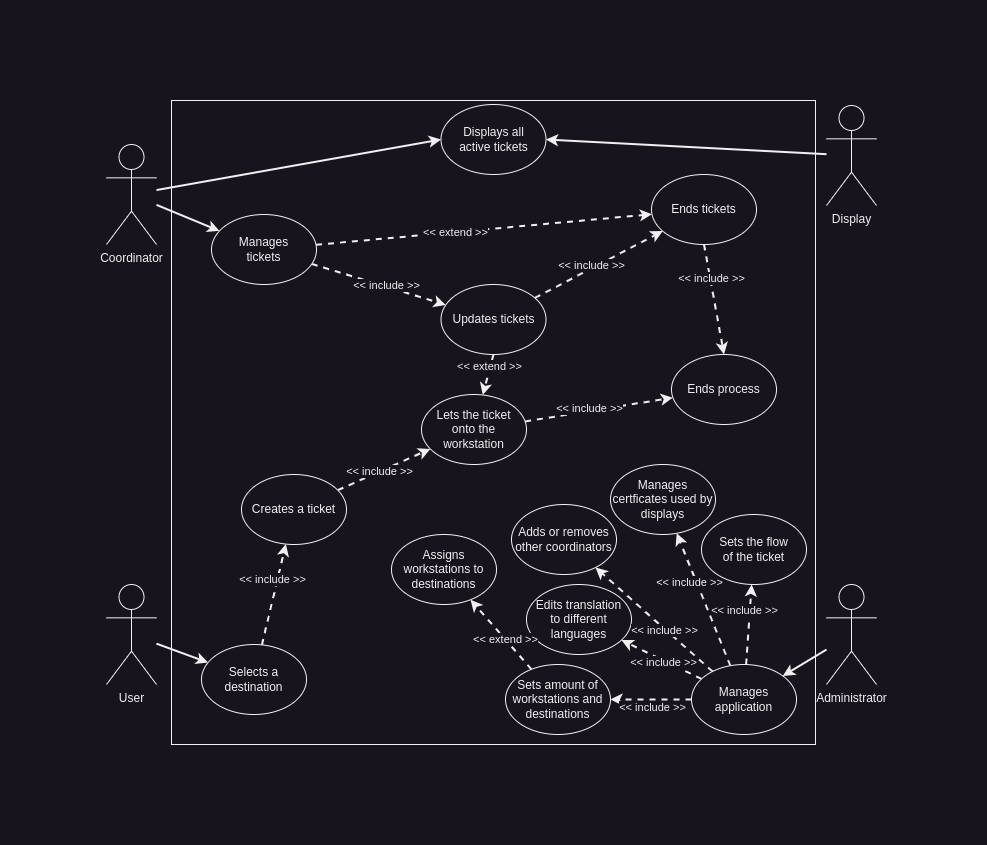
Earlier version of the draw.io export documentation/use cases.png (Kennene/pipeq). Source tidied: cells renumbered, new cells last; positions are measured from the earlier drawing's top-left corner, leaving out a move shared by most shapes. The source it was exported from:
```xml
<mxGraphModel>
  <root>
    <mxCell id="0" />
    <mxCell id="1" parent="0" />
    <mxCell id="2" style="whiteSpace=wrap;html=1;" parent="1" vertex="1">
      <mxGeometry x="65" width="644" height="644" as="geometry" />
    </mxCell>
    <mxCell id="3" style="edgeStyle=none;shape=connector;rounded=0;jettySize=auto;html=1;entryX=0;entryY=0.5;entryDx=0;entryDy=0;strokeColor=default;strokeWidth=2;align=center;verticalAlign=middle;fontFamily=Helvetica;fontSize=11;fontColor=default;labelBackgroundColor=default;endArrow=classic;endFill=1;" parent="1" edge="1" source="5" target="16">
      <mxGeometry relative="1" as="geometry" />
    </mxCell>
    <mxCell id="4" style="edgeStyle=none;shape=connector;rounded=0;jettySize=auto;html=1;strokeColor=default;strokeWidth=2;align=center;verticalAlign=middle;fontFamily=Helvetica;fontSize=11;fontColor=default;labelBackgroundColor=default;endArrow=classic;endFill=1;" parent="1" edge="1" source="5" target="27">
      <mxGeometry relative="1" as="geometry" />
    </mxCell>
    <mxCell id="5" value="Coordinator" style="shape=umlActor;verticalLabelPosition=bottom;verticalAlign=top;html=1;outlineConnect=0;" parent="1" vertex="1">
      <mxGeometry y="44" width="50" height="100" as="geometry" />
    </mxCell>
    <mxCell id="6" value="Ends process" style="ellipse;whiteSpace=wrap;html=1;" parent="1" vertex="1">
      <mxGeometry x="565" y="254" width="105" height="70" as="geometry" />
    </mxCell>
    <mxCell id="7" style="edgeStyle=none;shape=connector;rounded=0;jettySize=auto;html=1;strokeColor=default;strokeWidth=2;align=center;verticalAlign=middle;fontFamily=Helvetica;fontSize=11;fontColor=default;labelBackgroundColor=default;endArrow=classic;endFill=1;" parent="1" edge="1" source="8" target="15">
      <mxGeometry relative="1" as="geometry" />
    </mxCell>
    <mxCell id="8" value="User" style="shape=umlActor;verticalLabelPosition=bottom;verticalAlign=top;html=1;outlineConnect=0;" parent="1" vertex="1">
      <mxGeometry y="484" width="50" height="100" as="geometry" />
    </mxCell>
    <mxCell id="9" style="rounded=0;jettySize=auto;html=1;entryX=1;entryY=0.5;entryDx=0;entryDy=0;strokeColor=default;strokeWidth=2;endArrow=classic;endFill=1;" parent="1" edge="1" source="10" target="16">
      <mxGeometry relative="1" as="geometry" />
    </mxCell>
    <mxCell id="10" value="Display" style="shape=umlActor;verticalLabelPosition=bottom;verticalAlign=top;html=1;outlineConnect=0;" parent="1" vertex="1">
      <mxGeometry x="720" y="5" width="50" height="100" as="geometry" />
    </mxCell>
    <mxCell id="11" style="edgeStyle=none;shape=connector;rounded=0;jettySize=auto;html=1;strokeColor=default;strokeWidth=2;align=center;verticalAlign=middle;fontFamily=Helvetica;fontSize=11;fontColor=default;labelBackgroundColor=default;endArrow=classic;endFill=1;" parent="1" edge="1" source="12" target="47">
      <mxGeometry relative="1" as="geometry" />
    </mxCell>
    <mxCell id="12" value="Administrator" style="shape=umlActor;verticalLabelPosition=bottom;verticalAlign=top;html=1;outlineConnect=0;" parent="1" vertex="1">
      <mxGeometry x="720" y="484" width="50" height="100" as="geometry" />
    </mxCell>
    <mxCell id="13" style="edgeStyle=none;shape=connector;rounded=0;jettySize=auto;html=1;strokeColor=default;strokeWidth=2;align=center;verticalAlign=middle;fontFamily=Helvetica;fontSize=11;fontColor=default;labelBackgroundColor=default;endArrow=classic;endFill=1;dashed=1;" parent="1" edge="1" source="15" target="22">
      <mxGeometry relative="1" as="geometry" />
    </mxCell>
    <mxCell id="14" value="&amp;lt;&amp;lt; include &amp;gt;&amp;gt;" style="edgeLabel;html=1;align=center;verticalAlign=middle;fontFamily=Helvetica;fontSize=11;fontColor=default;labelBackgroundColor=default;" parent="13" vertex="1">
      <mxGeometry x="0.56" y="1" relative="1" as="geometry">
        <mxPoint x="-8" y="13" as="offset" />
      </mxGeometry>
    </mxCell>
    <mxCell id="15" value="Selects a destination" style="ellipse;whiteSpace=wrap;html=1;" parent="1" vertex="1">
      <mxGeometry x="95" y="544" width="105" height="70" as="geometry" />
    </mxCell>
    <mxCell id="16" value="Displays all&lt;div&gt;active tickets&lt;/div&gt;" style="ellipse;whiteSpace=wrap;html=1;" parent="1" vertex="1">
      <mxGeometry x="334.5" y="4" width="105" height="70" as="geometry" />
    </mxCell>
    <mxCell id="17" style="edgeStyle=none;shape=connector;rounded=0;jettySize=auto;html=1;strokeColor=default;strokeWidth=2;align=center;verticalAlign=middle;fontFamily=Helvetica;fontSize=11;fontColor=default;labelBackgroundColor=default;endArrow=classic;endFill=1;dashed=1;" parent="1" edge="1" source="19" target="6">
      <mxGeometry relative="1" as="geometry" />
    </mxCell>
    <mxCell id="18" value="&amp;lt;&amp;lt; include &amp;gt;&amp;gt;" style="edgeLabel;html=1;align=center;verticalAlign=middle;fontFamily=Helvetica;fontSize=11;fontColor=default;labelBackgroundColor=default;" parent="17" vertex="1">
      <mxGeometry x="-0.12" y="3" relative="1" as="geometry">
        <mxPoint x="-1" as="offset" />
      </mxGeometry>
    </mxCell>
    <mxCell id="19" value="Lets the ticket&lt;div&gt;onto the workstation&lt;/div&gt;" style="ellipse;whiteSpace=wrap;html=1;" parent="1" vertex="1">
      <mxGeometry x="315" y="294" width="105" height="70" as="geometry" />
    </mxCell>
    <mxCell id="20" style="edgeStyle=none;shape=connector;rounded=0;jettySize=auto;html=1;strokeColor=default;strokeWidth=2;align=center;verticalAlign=middle;fontFamily=Helvetica;fontSize=11;fontColor=default;labelBackgroundColor=default;endArrow=classic;endFill=1;dashed=1;" parent="1" edge="1" source="22" target="19">
      <mxGeometry relative="1" as="geometry" />
    </mxCell>
    <mxCell id="21" value="&amp;lt;&amp;lt; include &amp;gt;&amp;gt;" style="edgeLabel;html=1;align=center;verticalAlign=middle;fontFamily=Helvetica;fontSize=11;fontColor=default;labelBackgroundColor=default;" parent="20" vertex="1">
      <mxGeometry x="-0.09" y="1" relative="1" as="geometry" />
    </mxCell>
    <mxCell id="22" value="Creates a ticket" style="ellipse;whiteSpace=wrap;html=1;" parent="1" vertex="1">
      <mxGeometry x="135" y="374" width="105" height="70" as="geometry" />
    </mxCell>
    <mxCell id="23" style="edgeStyle=none;shape=connector;rounded=0;jettySize=auto;html=1;strokeColor=default;strokeWidth=2;align=center;verticalAlign=middle;fontFamily=Helvetica;fontSize=11;fontColor=default;labelBackgroundColor=default;endArrow=classic;endFill=1;dashed=1;" parent="1" edge="1" source="27" target="30">
      <mxGeometry relative="1" as="geometry" />
    </mxCell>
    <mxCell id="24" value="&amp;lt;&amp;lt; extend &amp;gt;&amp;gt;" style="edgeLabel;html=1;align=center;verticalAlign=middle;fontFamily=Helvetica;fontSize=11;fontColor=default;labelBackgroundColor=default;" parent="23" vertex="1">
      <mxGeometry x="-0.39" relative="1" as="geometry">
        <mxPoint x="35" y="-3" as="offset" />
      </mxGeometry>
    </mxCell>
    <mxCell id="25" style="edgeStyle=none;shape=connector;rounded=0;jettySize=auto;html=1;strokeColor=default;strokeWidth=2;align=center;verticalAlign=middle;fontFamily=Helvetica;fontSize=11;fontColor=default;labelBackgroundColor=default;endArrow=classic;endFill=1;dashed=1;" parent="1" edge="1" source="27" target="35">
      <mxGeometry relative="1" as="geometry" />
    </mxCell>
    <mxCell id="26" value="&amp;lt;&amp;lt; include &amp;gt;&amp;gt;" style="edgeLabel;html=1;align=center;verticalAlign=middle;fontFamily=Helvetica;fontSize=11;fontColor=default;labelBackgroundColor=default;" parent="25" vertex="1">
      <mxGeometry x="0.1" y="2" relative="1" as="geometry" />
    </mxCell>
    <mxCell id="27" value="Manages&lt;div&gt;tickets&lt;/div&gt;" style="ellipse;whiteSpace=wrap;html=1;" parent="1" vertex="1">
      <mxGeometry x="105" y="114" width="105" height="70" as="geometry" />
    </mxCell>
    <mxCell id="28" style="edgeStyle=none;shape=connector;rounded=0;jettySize=auto;html=1;exitX=0.5;exitY=1;exitDx=0;exitDy=0;entryX=0.5;entryY=0;entryDx=0;entryDy=0;strokeColor=default;strokeWidth=2;align=center;verticalAlign=middle;fontFamily=Helvetica;fontSize=11;fontColor=default;labelBackgroundColor=default;endArrow=classic;endFill=1;dashed=1;" parent="1" edge="1" source="30" target="6">
      <mxGeometry relative="1" as="geometry" />
    </mxCell>
    <mxCell id="29" value="&amp;lt;&amp;lt; include &amp;gt;&amp;gt;" style="edgeLabel;html=1;align=center;verticalAlign=middle;fontFamily=Helvetica;fontSize=11;fontColor=default;labelBackgroundColor=default;" parent="28" vertex="1">
      <mxGeometry x="-0.39" relative="1" as="geometry">
        <mxPoint x="1" as="offset" />
      </mxGeometry>
    </mxCell>
    <mxCell id="30" value="Ends tickets" style="ellipse;whiteSpace=wrap;html=1;" parent="1" vertex="1">
      <mxGeometry x="545" y="74" width="105" height="70" as="geometry" />
    </mxCell>
    <mxCell id="31" style="edgeStyle=none;shape=connector;rounded=0;jettySize=auto;html=1;strokeColor=default;strokeWidth=2;align=center;verticalAlign=middle;fontFamily=Helvetica;fontSize=11;fontColor=default;labelBackgroundColor=default;endArrow=classic;endFill=1;dashed=1;" parent="1" edge="1" source="35" target="30">
      <mxGeometry relative="1" as="geometry" />
    </mxCell>
    <mxCell id="32" value="&amp;lt;&amp;lt; include &amp;gt;&amp;gt;" style="edgeLabel;html=1;align=center;verticalAlign=middle;fontFamily=Helvetica;fontSize=11;fontColor=default;labelBackgroundColor=default;" parent="31" vertex="1">
      <mxGeometry x="-0.1" y="3" relative="1" as="geometry" />
    </mxCell>
    <mxCell id="33" style="edgeStyle=none;shape=connector;rounded=0;jettySize=auto;html=1;exitX=0.5;exitY=1;exitDx=0;exitDy=0;strokeColor=default;strokeWidth=2;align=center;verticalAlign=middle;fontFamily=Helvetica;fontSize=11;fontColor=default;labelBackgroundColor=default;endArrow=classic;endFill=1;dashed=1;" parent="1" edge="1" source="35" target="19">
      <mxGeometry relative="1" as="geometry" />
    </mxCell>
    <mxCell id="34" value="&amp;lt;&amp;lt; extend &amp;gt;&amp;gt;" style="edgeLabel;html=1;align=center;verticalAlign=middle;fontFamily=Helvetica;fontSize=11;fontColor=default;labelBackgroundColor=default;" parent="33" vertex="1">
      <mxGeometry x="-0.42" y="-1" relative="1" as="geometry" />
    </mxCell>
    <mxCell id="35" value="Updates tickets" style="ellipse;whiteSpace=wrap;html=1;" parent="1" vertex="1">
      <mxGeometry x="334.5" y="184" width="105" height="70" as="geometry" />
    </mxCell>
    <mxCell id="36" value="Edits translation&lt;div&gt;to different languages&lt;/div&gt;" style="ellipse;whiteSpace=wrap;html=1;" parent="1" vertex="1">
      <mxGeometry x="420" y="484" width="105" height="70" as="geometry" />
    </mxCell>
    <mxCell id="37" style="edgeStyle=none;shape=connector;rounded=0;jettySize=auto;html=1;strokeColor=default;strokeWidth=2;align=center;verticalAlign=middle;fontFamily=Helvetica;fontSize=11;fontColor=default;labelBackgroundColor=default;endArrow=classic;endFill=1;dashed=1;" parent="1" edge="1" source="47" target="51">
      <mxGeometry relative="1" as="geometry" />
    </mxCell>
    <mxCell id="38" value="&amp;lt;&amp;lt; include &amp;gt;&amp;gt;" style="edgeLabel;html=1;align=center;verticalAlign=middle;fontFamily=Helvetica;fontSize=11;fontColor=default;labelBackgroundColor=default;" parent="37" vertex="1">
      <mxGeometry x="0.02" y="-2" relative="1" as="geometry">
        <mxPoint x="1" y="9" as="offset" />
      </mxGeometry>
    </mxCell>
    <mxCell id="39" style="edgeStyle=none;shape=connector;rounded=0;jettySize=auto;html=1;strokeColor=default;strokeWidth=2;align=center;verticalAlign=middle;fontFamily=Helvetica;fontSize=11;fontColor=default;labelBackgroundColor=default;endArrow=classic;endFill=1;dashed=1;" parent="1" edge="1" source="47" target="36">
      <mxGeometry relative="1" as="geometry" />
    </mxCell>
    <mxCell id="40" value="&amp;lt;&amp;lt; include &amp;gt;&amp;gt;" style="edgeLabel;html=1;align=center;verticalAlign=middle;fontFamily=Helvetica;fontSize=11;fontColor=default;labelBackgroundColor=default;" parent="39" vertex="1">
      <mxGeometry x="0.11" y="1" relative="1" as="geometry">
        <mxPoint x="7" y="4" as="offset" />
      </mxGeometry>
    </mxCell>
    <mxCell id="41" style="edgeStyle=none;shape=connector;rounded=0;jettySize=auto;html=1;strokeColor=default;strokeWidth=2;align=center;verticalAlign=middle;fontFamily=Helvetica;fontSize=11;fontColor=default;labelBackgroundColor=default;endArrow=classic;endFill=1;dashed=1;" parent="1" edge="1" source="47" target="52">
      <mxGeometry relative="1" as="geometry" />
    </mxCell>
    <mxCell id="42" value="&amp;lt;&amp;lt; include &amp;gt;&amp;gt;" style="edgeLabel;html=1;align=center;verticalAlign=middle;fontFamily=Helvetica;fontSize=11;fontColor=default;labelBackgroundColor=default;" parent="41" vertex="1">
      <mxGeometry x="0.37" y="-1" relative="1" as="geometry">
        <mxPoint x="-7" as="offset" />
      </mxGeometry>
    </mxCell>
    <mxCell id="43" style="edgeStyle=none;shape=connector;rounded=0;jettySize=auto;html=1;strokeColor=default;strokeWidth=2;align=center;verticalAlign=middle;fontFamily=Helvetica;fontSize=11;fontColor=default;labelBackgroundColor=default;endArrow=classic;endFill=1;dashed=1;" parent="1" edge="1" source="47" target="53">
      <mxGeometry relative="1" as="geometry" />
    </mxCell>
    <mxCell id="44" value="&amp;lt;&amp;lt; include &amp;gt;&amp;gt;" style="edgeLabel;html=1;align=center;verticalAlign=middle;fontFamily=Helvetica;fontSize=11;fontColor=default;labelBackgroundColor=default;" parent="43" vertex="1">
      <mxGeometry x="-0.25" relative="1" as="geometry">
        <mxPoint x="-4" y="-2" as="offset" />
      </mxGeometry>
    </mxCell>
    <mxCell id="45" style="edgeStyle=none;shape=connector;rounded=0;jettySize=auto;html=1;strokeColor=default;strokeWidth=2;align=center;verticalAlign=middle;fontFamily=Helvetica;fontSize=11;fontColor=default;labelBackgroundColor=default;endArrow=classic;endFill=1;dashed=1;" parent="1" edge="1" source="47" target="54">
      <mxGeometry relative="1" as="geometry" />
    </mxCell>
    <mxCell id="46" value="&amp;lt;&amp;lt; include &amp;gt;&amp;gt;" style="edgeLabel;html=1;align=center;verticalAlign=middle;fontFamily=Helvetica;fontSize=11;fontColor=default;labelBackgroundColor=default;" parent="45" vertex="1">
      <mxGeometry x="0.52" y="-1" relative="1" as="geometry">
        <mxPoint x="-1" y="18" as="offset" />
      </mxGeometry>
    </mxCell>
    <mxCell id="47" value="Manages application" style="ellipse;whiteSpace=wrap;html=1;" parent="1" vertex="1">
      <mxGeometry x="585" y="564" width="105" height="70" as="geometry" />
    </mxCell>
    <mxCell id="48" value="Assigns workstations to&lt;div&gt;destinations&lt;/div&gt;" style="ellipse;whiteSpace=wrap;html=1;" parent="1" vertex="1">
      <mxGeometry x="285" y="434" width="105" height="70" as="geometry" />
    </mxCell>
    <mxCell id="49" style="edgeStyle=none;shape=connector;rounded=0;jettySize=auto;html=1;strokeColor=default;strokeWidth=2;align=center;verticalAlign=middle;fontFamily=Helvetica;fontSize=11;fontColor=default;labelBackgroundColor=default;endArrow=classic;endFill=1;dashed=1;" parent="1" edge="1" source="51" target="48">
      <mxGeometry relative="1" as="geometry" />
    </mxCell>
    <mxCell id="50" value="&amp;lt;&amp;lt; extend &amp;gt;&amp;gt;" style="edgeLabel;html=1;align=center;verticalAlign=middle;fontFamily=Helvetica;fontSize=11;fontColor=default;labelBackgroundColor=default;" parent="49" vertex="1">
      <mxGeometry x="-0.37" relative="1" as="geometry">
        <mxPoint x="-7" y="-8" as="offset" />
      </mxGeometry>
    </mxCell>
    <mxCell id="51" value="Sets amount of workstations and&lt;div&gt;destinations&lt;/div&gt;" style="ellipse;whiteSpace=wrap;html=1;" parent="1" vertex="1">
      <mxGeometry x="399" y="564" width="105" height="70" as="geometry" />
    </mxCell>
    <mxCell id="52" value="Sets the flow&lt;div&gt;of the ticket&lt;/div&gt;" style="ellipse;whiteSpace=wrap;html=1;" parent="1" vertex="1">
      <mxGeometry x="595" y="414" width="105" height="70" as="geometry" />
    </mxCell>
    <mxCell id="53" value="Adds or removes other coordinators" style="ellipse;whiteSpace=wrap;html=1;" parent="1" vertex="1">
      <mxGeometry x="405" y="404" width="105" height="70" as="geometry" />
    </mxCell>
    <mxCell id="54" value="Manages certficates used by&lt;div&gt;displays&lt;/div&gt;" style="ellipse;whiteSpace=wrap;html=1;" parent="1" vertex="1">
      <mxGeometry x="504" y="364" width="105" height="70" as="geometry" />
    </mxCell>
  </root>
</mxGraphModel>
```
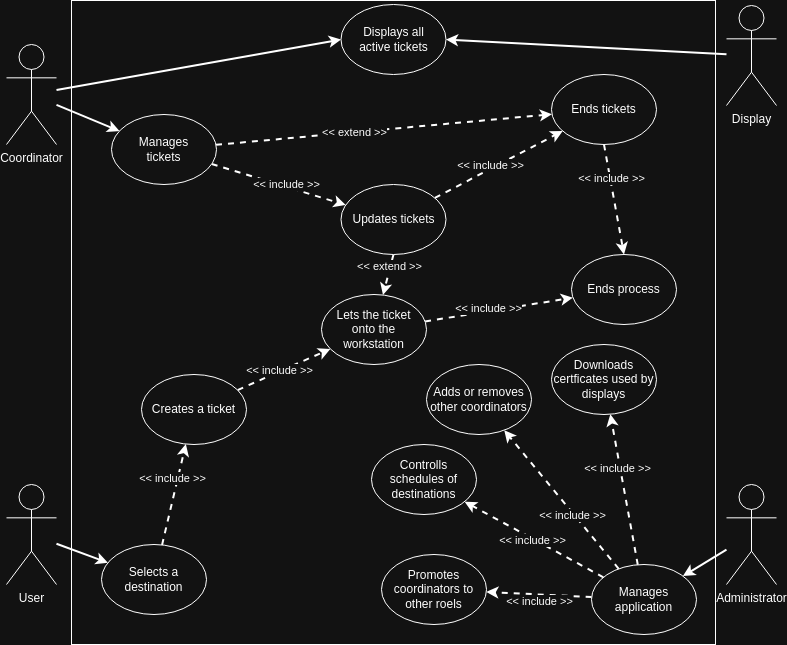
Above is the later version.

Commit message:
Update ERD and use case diagrams

Change to the diagram source:
```diff
@@ -112,8 +112,8 @@
     <mxCell id="35" value="Updates tickets" style="ellipse;whiteSpace=wrap;html=1;" parent="1" vertex="1">
       <mxGeometry x="334.5" y="184" width="105" height="70" as="geometry" />
     </mxCell>
-    <mxCell id="36" value="Edits translation&lt;div&gt;to different languages&lt;/div&gt;" style="ellipse;whiteSpace=wrap;html=1;" parent="1" vertex="1">
-      <mxGeometry x="420" y="484" width="105" height="70" as="geometry" />
+    <mxCell id="36" value="Controlls schedules of destinations" style="ellipse;whiteSpace=wrap;html=1;" parent="1" vertex="1">
+      <mxGeometry x="365" y="444" width="105" height="70" as="geometry" />
     </mxCell>
     <mxCell id="37" style="edgeStyle=none;shape=connector;rounded=0;jettySize=auto;html=1;strokeColor=default;strokeWidth=2;align=center;verticalAlign=middle;fontFamily=Helvetica;fontSize=11;fontColor=default;labelBackgroundColor=default;endArrow=classic;endFill=1;dashed=1;" parent="1" edge="1" source="47" target="51">
       <mxGeometry relative="1" as="geometry" />
@@ -131,14 +131,6 @@
         <mxPoint x="7" y="4" as="offset" />
       </mxGeometry>
     </mxCell>
-    <mxCell id="41" style="edgeStyle=none;shape=connector;rounded=0;jettySize=auto;html=1;strokeColor=default;strokeWidth=2;align=center;verticalAlign=middle;fontFamily=Helvetica;fontSize=11;fontColor=default;labelBackgroundColor=default;endArrow=classic;endFill=1;dashed=1;" parent="1" edge="1" source="47" target="52">
-      <mxGeometry relative="1" as="geometry" />
-    </mxCell>
-    <mxCell id="42" value="&amp;lt;&amp;lt; include &amp;gt;&amp;gt;" style="edgeLabel;html=1;align=center;verticalAlign=middle;fontFamily=Helvetica;fontSize=11;fontColor=default;labelBackgroundColor=default;" parent="41" vertex="1">
-      <mxGeometry x="0.37" y="-1" relative="1" as="geometry">
-        <mxPoint x="-7" as="offset" />
-      </mxGeometry>
-    </mxCell>
     <mxCell id="43" style="edgeStyle=none;shape=connector;rounded=0;jettySize=auto;html=1;strokeColor=default;strokeWidth=2;align=center;verticalAlign=middle;fontFamily=Helvetica;fontSize=11;fontColor=default;labelBackgroundColor=default;endArrow=classic;endFill=1;dashed=1;" parent="1" edge="1" source="47" target="53">
       <mxGeometry relative="1" as="geometry" />
     </mxCell>
@@ -158,28 +150,14 @@
     <mxCell id="47" value="Manages application" style="ellipse;whiteSpace=wrap;html=1;" parent="1" vertex="1">
       <mxGeometry x="585" y="564" width="105" height="70" as="geometry" />
     </mxCell>
-    <mxCell id="48" value="Assigns workstations to&lt;div&gt;destinations&lt;/div&gt;" style="ellipse;whiteSpace=wrap;html=1;" parent="1" vertex="1">
-      <mxGeometry x="285" y="434" width="105" height="70" as="geometry" />
-    </mxCell>
-    <mxCell id="49" style="edgeStyle=none;shape=connector;rounded=0;jettySize=auto;html=1;strokeColor=default;strokeWidth=2;align=center;verticalAlign=middle;fontFamily=Helvetica;fontSize=11;fontColor=default;labelBackgroundColor=default;endArrow=classic;endFill=1;dashed=1;" parent="1" edge="1" source="51" target="48">
-      <mxGeometry relative="1" as="geometry" />
-    </mxCell>
-    <mxCell id="50" value="&amp;lt;&amp;lt; extend &amp;gt;&amp;gt;" style="edgeLabel;html=1;align=center;verticalAlign=middle;fontFamily=Helvetica;fontSize=11;fontColor=default;labelBackgroundColor=default;" parent="49" vertex="1">
-      <mxGeometry x="-0.37" relative="1" as="geometry">
-        <mxPoint x="-7" y="-8" as="offset" />
-      </mxGeometry>
-    </mxCell>
-    <mxCell id="51" value="Sets amount of workstations and&lt;div&gt;destinations&lt;/div&gt;" style="ellipse;whiteSpace=wrap;html=1;" parent="1" vertex="1">
-      <mxGeometry x="399" y="564" width="105" height="70" as="geometry" />
+    <mxCell id="51" value="Promotes coordinators to other roels" style="ellipse;whiteSpace=wrap;html=1;" parent="1" vertex="1">
+      <mxGeometry x="375" y="554" width="105" height="70" as="geometry" />
     </mxCell>
-    <mxCell id="52" value="Sets the flow&lt;div&gt;of the ticket&lt;/div&gt;" style="ellipse;whiteSpace=wrap;html=1;" parent="1" vertex="1">
-      <mxGeometry x="595" y="414" width="105" height="70" as="geometry" />
-    </mxCell>
     <mxCell id="53" value="Adds or removes other coordinators" style="ellipse;whiteSpace=wrap;html=1;" parent="1" vertex="1">
-      <mxGeometry x="405" y="404" width="105" height="70" as="geometry" />
+      <mxGeometry x="420" y="364" width="105" height="70" as="geometry" />
     </mxCell>
-    <mxCell id="54" value="Manages certficates used by&lt;div&gt;displays&lt;/div&gt;" style="ellipse;whiteSpace=wrap;html=1;" parent="1" vertex="1">
-      <mxGeometry x="504" y="364" width="105" height="70" as="geometry" />
+    <mxCell id="54" value="Downloads certficates used by&lt;div&gt;displays&lt;/div&gt;" style="ellipse;whiteSpace=wrap;html=1;" parent="1" vertex="1">
+      <mxGeometry x="545" y="344" width="105" height="70" as="geometry" />
     </mxCell>
   </root>
 </mxGraphModel>
```
